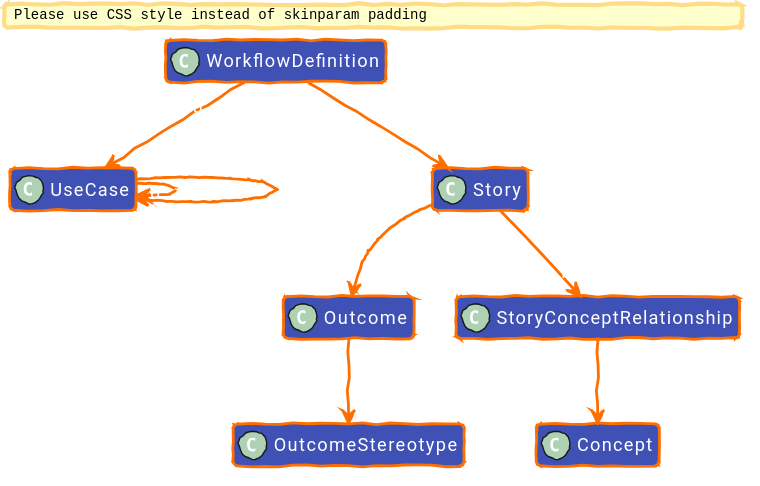
EKGF/ekg-method keeps this PlantUML diagram as diagrams/out/uctm-workflow_dark.svg. Above is the earlier version.
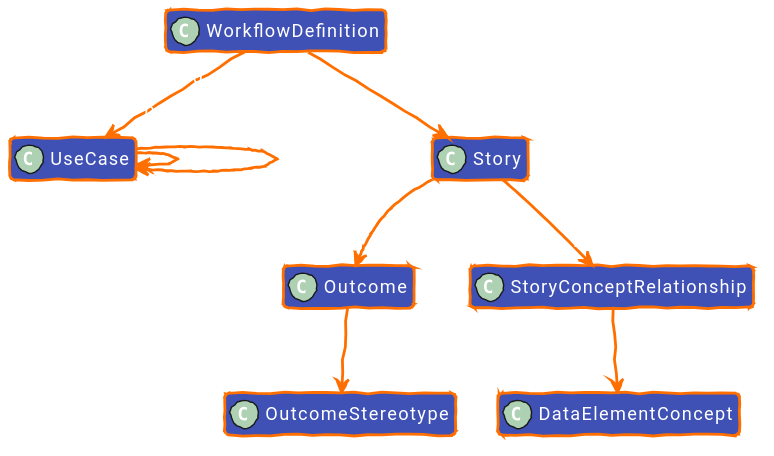
The same diagram one commit later.

The edit, as a diff of the source:
```diff
@@ -74,7 +74,7 @@
 class "Story" as Story [[/concept/story/#ontology]]
 class "Outcome" as Outcome [[/concept/outcome/#ontology]]
 class "OutcomeStereotype" as OutcomeStereotype [[/concept/outcome/outcome-stereotype/#ontology]]
-class "Concept" as Concept [[/concept/concept/#ontology]]
+class "DataElementConcept" as DataElementConcept [[/concept/concept/#ontology]]
 class "StoryConceptRelationship" as StoryConceptRelationship [[/concept/concept/story-concept-relationship/#ontology]]
 
 WorkflowDefinition "0..*" --> "1" UseCase : :useCase
@@ -88,5 +88,5 @@
 
 Story --> Outcome : :contributesTo
 Story "0..*" --> "1" StoryConceptRelationship : :storyConcept
-StoryConceptRelationship --> Concept : :concept
+StoryConceptRelationship --> DataElementConcept : :concept
 @enduml
```
